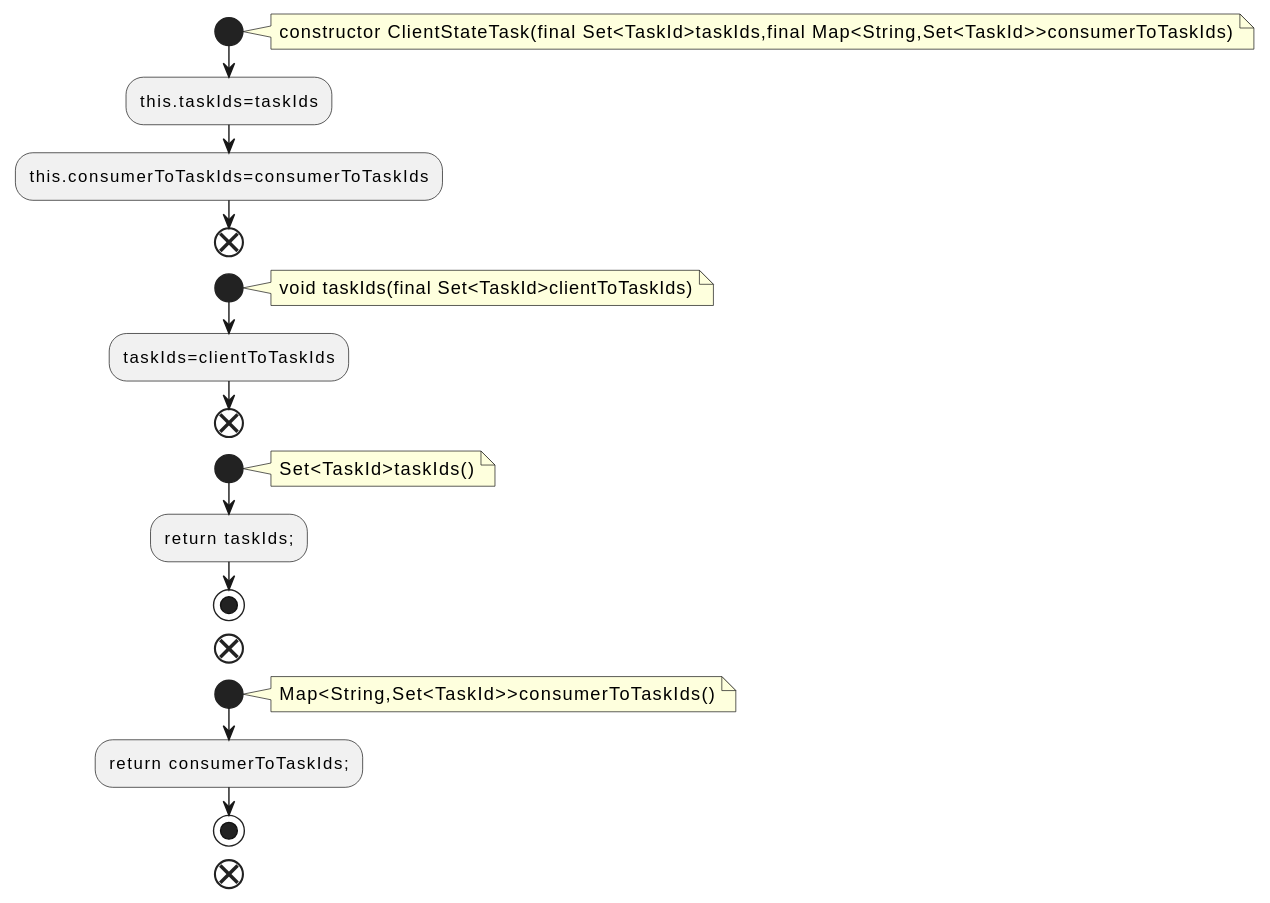
qualitesys/kafka keeps this PlantUML diagram as docs/qc/streams/src/main/java/org/apache/kafka/streams/processor/internals/assignment/ClientStateTask.java.fct.svg. Above is the earlier version.
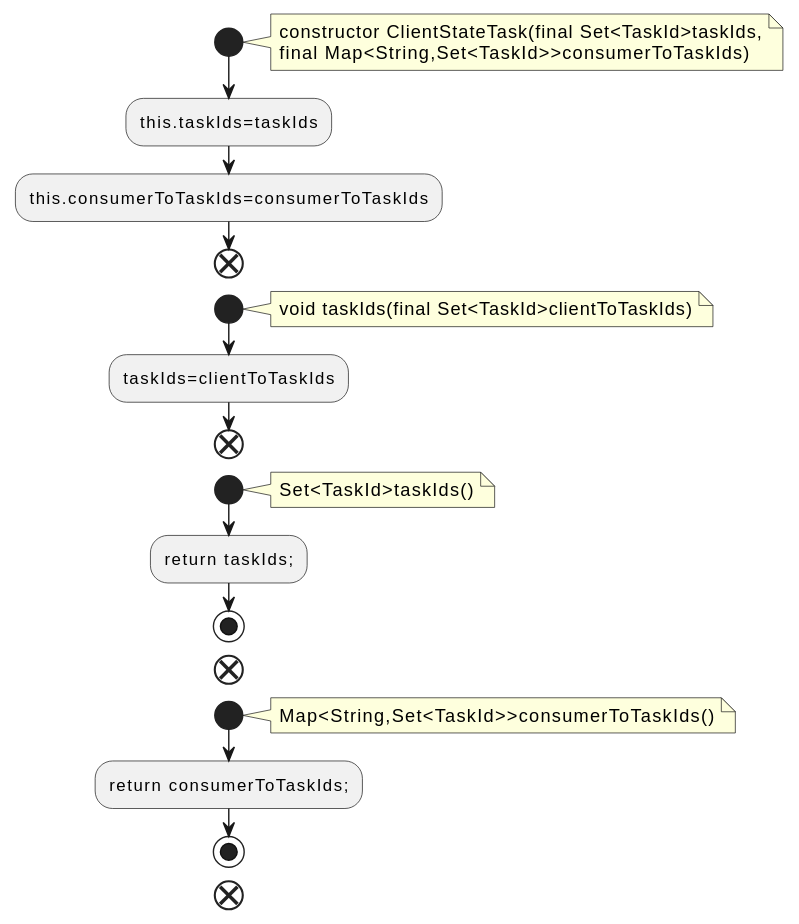
Above is the later version.

Change to the diagram source:
```diff
@@ -2,7 +2,8 @@
 !pragma layout smetana
 start
 note right
-constructor ClientStateTask(final Set<TaskId>taskIds,final Map<String,Set<TaskId>>consumerToTaskIds)
+constructor ClientStateTask(final Set<TaskId>taskIds,
+final Map<String,Set<TaskId>>consumerToTaskIds)
 end note
 :this.taskIds=taskIds;
 :this.consumerToTaskIds=consumerToTaskIds;
```
